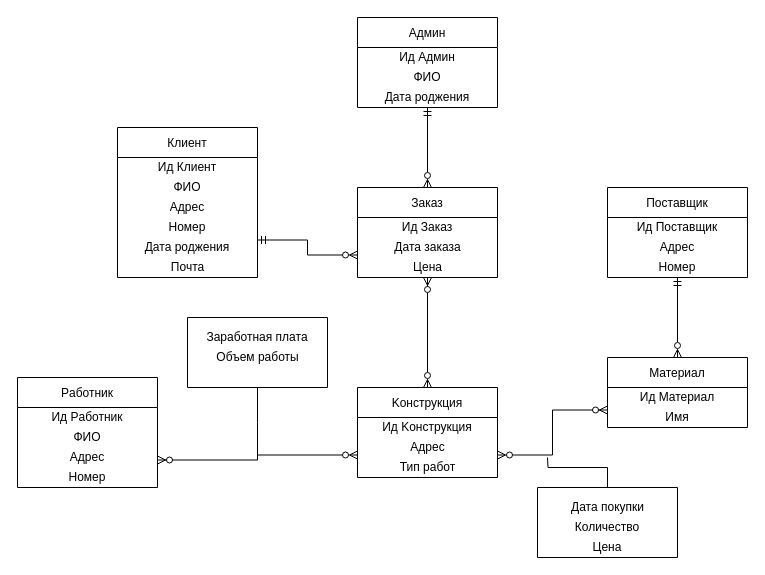
Tokiboyo/Tokiboyo keeps this draw.io diagram as Database table.drawio. Above is the earlier version. Source tidied: cells renumbered, new cells numbered last; positions are measured from the earlier drawing's top-left corner, leaving out a move shared by most shapes. Both pictures are drawn from the tidied source at 100%, with x=0, y=0 at pixel (17, 17).
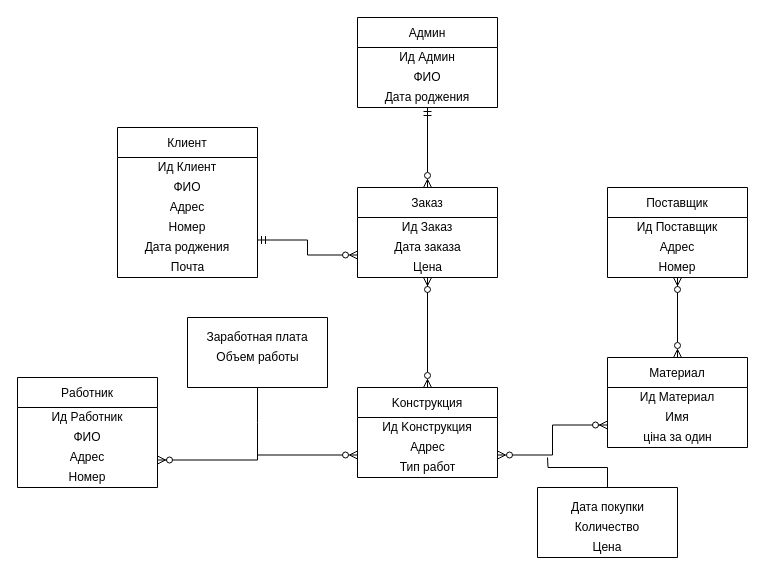
After the change.

Unchanged cells that the change refers to:
```xml
<mxCell id="29" value="Поставщик" style="swimlane;fontStyle=0;horizontal=1;startSize=30;" parent="1" vertex="1">
  <mxGeometry x="590" y="170" width="140" height="90" as="geometry" />
</mxCell>
```

What changed in the source:
```diff
@@
     <mxCell id="25" value="Mатериал" style="swimlane;fontStyle=0;horizontal=1;startSize=30;" parent="1" vertex="1">
-      <mxGeometry x="590" y="340" width="140" height="70" as="geometry" />
+      <mxGeometry x="590" y="340" width="140" height="90" as="geometry" />
     </mxCell>
@@
+    <mxCell id="48" value="ціна за один" style="text;html=1;align=center;verticalAlign=middle;strokeColor=none;fillColor=none;" parent="25" vertex="1">
+      <mxGeometry y="70" width="140" height="20" as="geometry" />
+    </mxCell>
-    <mxCell id="28" style="edgeStyle=orthogonalEdgeStyle;rounded=0;jettySize=auto;html=1;exitX=0.5;exitY=1;exitDx=0;exitDy=0;endArrow=ERzeroToMany;endFill=0;startArrow=ERmandOne;startFill=0;" parent="1" edge="1" source="29" target="25">
+    <mxCell id="28" style="edgeStyle=orthogonalEdgeStyle;rounded=0;jettySize=auto;html=1;exitX=0.5;exitY=1;exitDx=0;exitDy=0;endArrow=ERzeroToMany;endFill=0;startArrow=ERzeroToMany;startFill=1;" parent="1" edge="1" source="29" target="25">
       <mxGeometry relative="1" as="geometry" />
     </mxCell>
```
